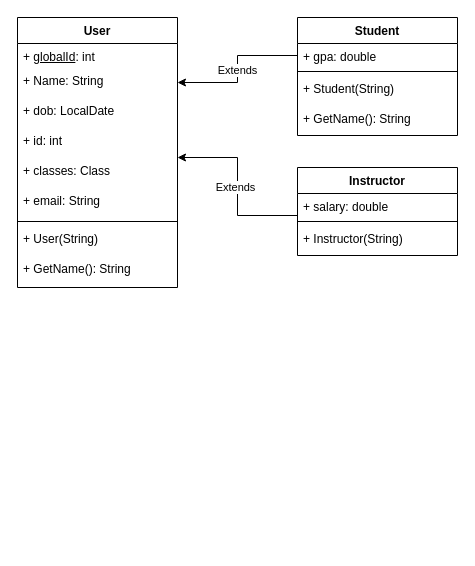
bsergazin/csc205Inheritance keeps this draw.io diagram as Inheritance.drawio. Above is the earlier version. Source tidied: cells renumbered, new cells numbered last; positions are measured from the earlier drawing's top-left corner, leaving out a move shared by most shapes. Both pictures are drawn from the tidied source at 100%, with x=0, y=0 at pixel (17, 17).
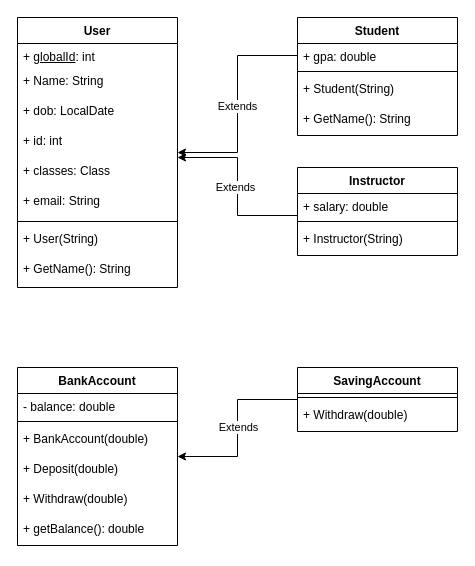
The same diagram, later.

The change refers to these unchanged cells:
```xml
<mxCell id="2" value="User" style="swimlane;fontStyle=1;align=center;verticalAlign=top;horizontal=1;startSize=26;whiteSpace=wrap;html=1;" parent="1" vertex="1">
  <mxGeometry width="160" height="270" as="geometry" />
</mxCell>
<mxCell id="4" value="+ Name: String" style="text;strokeColor=none;fillColor=none;align=left;verticalAlign=top;spacingLeft=4;spacingRight=4;overflow=hidden;points=[[0,0.5],[1,0.5]];portConstraint=eastwest;whiteSpace=wrap;html=1;" parent="2" vertex="1">
  <mxGeometry y="50" width="160" height="30" as="geometry" />
</mxCell>
<mxCell id="13" value="+ gpa: double" style="text;strokeColor=none;fillColor=none;align=left;verticalAlign=top;spacingLeft=4;spacingRight=4;overflow=hidden;points=[[0,0.5],[1,0.5]];portConstraint=eastwest;whiteSpace=wrap;html=1;" parent="12" vertex="1">
  <mxGeometry y="26" width="160" height="24" as="geometry" />
</mxCell>
```

Change to the diagram source:
```diff
@@
-    <mxCell id="21" style="edgeStyle=orthogonalEdgeStyle;rounded=0;jettySize=auto;html=1;" parent="1" edge="1" source="13" target="4">
+    <mxCell id="21" style="edgeStyle=orthogonalEdgeStyle;rounded=0;jettySize=auto;html=1;" parent="1" edge="1" source="13" target="2">
       <mxGeometry relative="1" as="geometry" />
     </mxCell>
@@
+    <mxCell id="25" value="BankAccount" style="swimlane;fontStyle=1;align=center;verticalAlign=top;horizontal=1;startSize=26;whiteSpace=wrap;html=1;" parent="1" vertex="1">
+      <mxGeometry y="350" width="160" height="178" as="geometry" />
+    </mxCell>
+    <mxCell id="26" value="- balance: double" style="text;strokeColor=none;fillColor=none;align=left;verticalAlign=top;spacingLeft=4;spacingRight=4;overflow=hidden;whiteSpace=wrap;html=1;" parent="25" vertex="1">
+      <mxGeometry y="26" width="160" height="24" as="geometry" />
+    </mxCell>
+    <mxCell id="27" style="line;strokeWidth=1;fillColor=none;align=left;verticalAlign=middle;spacingTop=-1;spacingLeft=3;spacingRight=3;labelPosition=right;strokeColor=inherit;" parent="25" vertex="1">
+      <mxGeometry y="50" width="160" height="8" as="geometry" />
+    </mxCell>
+    <mxCell id="28" value="+ BankAccount(double)" style="text;strokeColor=none;fillColor=none;align=left;verticalAlign=top;spacingLeft=4;spacingRight=4;overflow=hidden;whiteSpace=wrap;html=1;" parent="25" vertex="1">
+      <mxGeometry y="58" width="160" height="30" as="geometry" />
+    </mxCell>
+    <mxCell id="29" value="+ Deposit(double)" style="text;strokeColor=none;fillColor=none;align=left;verticalAlign=top;spacingLeft=4;spacingRight=4;overflow=hidden;whiteSpace=wrap;html=1;" parent="25" vertex="1">
+      <mxGeometry y="88" width="160" height="30" as="geometry" />
+    </mxCell>
+    <mxCell id="30" value="+ Withdraw(double)" style="text;strokeColor=none;fillColor=none;align=left;verticalAlign=top;spacingLeft=4;spacingRight=4;overflow=hidden;whiteSpace=wrap;html=1;" parent="25" vertex="1">
+      <mxGeometry y="118" width="160" height="30" as="geometry" />
+    </mxCell>
+    <mxCell id="31" value="+ getBalance(): double" style="text;strokeColor=none;fillColor=none;align=left;verticalAlign=top;spacingLeft=4;spacingRight=4;overflow=hidden;whiteSpace=wrap;html=1;" parent="25" vertex="1">
+      <mxGeometry y="148" width="160" height="30" as="geometry" />
+    </mxCell>
+    <mxCell id="32" value="SavingAccount" style="swimlane;fontStyle=1;align=center;verticalAlign=top;horizontal=1;startSize=26;whiteSpace=wrap;html=1;" parent="1" vertex="1">
+      <mxGeometry x="280" y="350" width="160" height="64" as="geometry" />
+    </mxCell>
+    <mxCell id="33" style="line;strokeWidth=1;fillColor=none;align=left;verticalAlign=middle;spacingTop=-1;spacingLeft=3;spacingRight=3;labelPosition=right;strokeColor=inherit;" parent="32" vertex="1">
+      <mxGeometry y="26" width="160" height="8" as="geometry" />
+    </mxCell>
+    <mxCell id="34" value="+ Withdraw(double)" style="text;strokeColor=none;fillColor=none;align=left;verticalAlign=top;spacingLeft=4;spacingRight=4;overflow=hidden;whiteSpace=wrap;html=1;" parent="32" vertex="1">
+      <mxGeometry y="34" width="160" height="30" as="geometry" />
+    </mxCell>
+    <mxCell id="35" style="edgeStyle=orthogonalEdgeStyle;rounded=0;jettySize=auto;html=1;" parent="1" edge="1" source="32" target="25">
+      <mxGeometry relative="1" as="geometry" />
+    </mxCell>
+    <mxCell id="36" value="Extends" style="edgeLabel;html=1;align=center;verticalAlign=middle;" parent="35" vertex="1">
+      <mxGeometry x="-0.02" relative="1" as="geometry" />
+    </mxCell>
```
